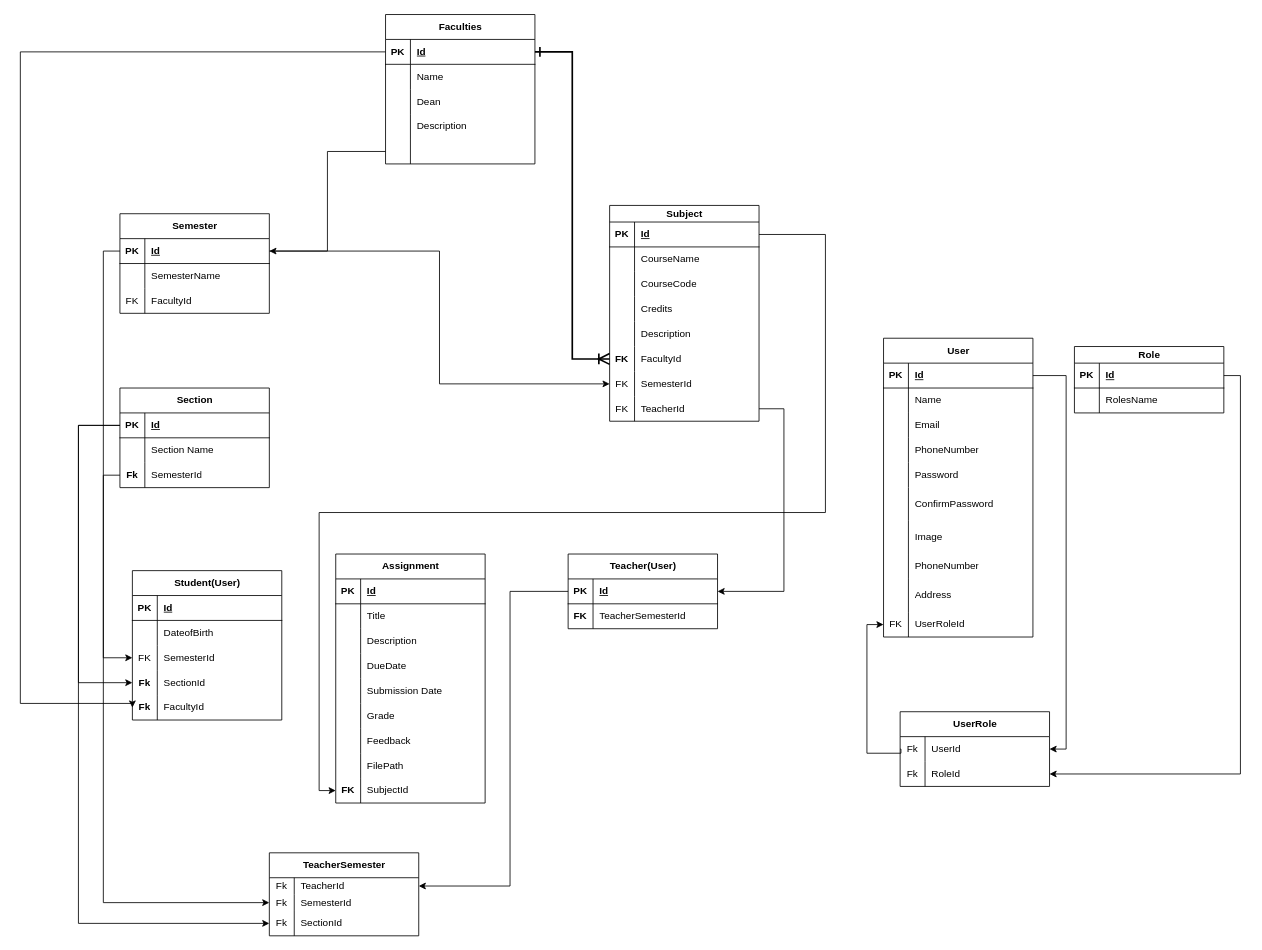
Before: Untitled Diagram.drawio in Prakriti4/DotNetMVC, a draw.io diagram. Source tidied: cells renumbered, new cells numbered last; positions are measured from the earlier drawing's top-left corner, leaving out a move shared by most shapes. Both pictures are drawn from the tidied source at 83%, with x=0, y=0 at pixel (20, 14).
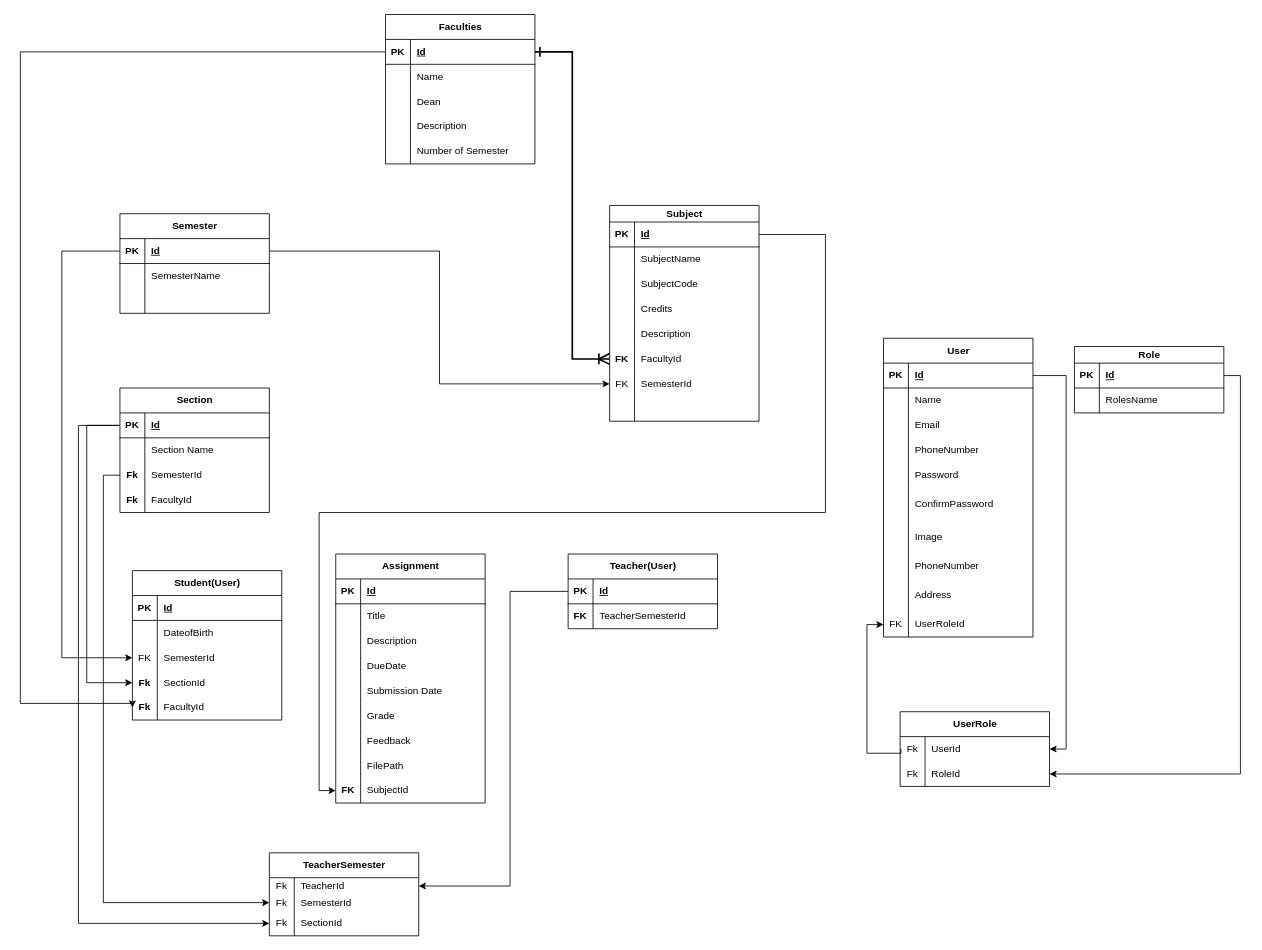
The same page after the edit.

Unchanged cells that the change refers to:
```xml
<mxCell id="31" style="shape=tableRow;horizontal=0;startSize=0;swimlaneHead=0;swimlaneBody=0;fillColor=none;points=[[0,0.5],[1,0.5]];portConstraint=eastwest;top=0;left=0;right=0;bottom=1;" parent="30" vertex="1">
  <mxGeometry y="30" width="180" height="30" as="geometry" />
</mxCell>
<mxCell id="44" style="shape=tableRow;horizontal=0;startSize=0;swimlaneHead=0;swimlaneBody=0;fillColor=none;points=[[0,0.5],[1,0.5]];portConstraint=eastwest;top=0;left=0;right=0;bottom=0;" parent="37" vertex="1">
  <mxGeometry y="90" width="180" height="30" as="geometry" />
</mxCell>
<mxCell id="47" style="shape=tableRow;horizontal=0;startSize=0;swimlaneHead=0;swimlaneBody=0;fillColor=none;points=[[0,0.5],[1,0.5]];portConstraint=eastwest;top=0;left=0;right=0;bottom=0;" parent="37" vertex="1">
  <mxGeometry y="120" width="180" height="30" as="geometry" />
</mxCell>
<mxCell id="66" style="shape=tableRow;horizontal=0;startSize=0;swimlaneHead=0;swimlaneBody=0;fillColor=none;points=[[0,0.5],[1,0.5]];portConstraint=eastwest;top=0;left=0;right=0;bottom=0;" parent="53" vertex="1">
  <mxGeometry y="150" width="180" height="30" as="geometry" />
</mxCell>
<mxCell id="70" style="shape=tableRow;horizontal=0;startSize=0;swimlaneHead=0;swimlaneBody=0;fillColor=none;points=[[0,0.5],[1,0.5]];portConstraint=eastwest;top=0;left=0;right=0;bottom=1;" parent="69" vertex="1">
  <mxGeometry y="30" width="180" height="30" as="geometry" />
</mxCell>
<mxCell id="76" style="shape=tableRow;horizontal=0;startSize=0;swimlaneHead=0;swimlaneBody=0;fillColor=none;top=0;left=0;right=0;bottom=0;" parent="69" vertex="1">
  <mxGeometry y="90" width="180" height="30" as="geometry" />
</mxCell>
<mxCell id="80" style="shape=tableRow;horizontal=0;startSize=0;swimlaneHead=0;swimlaneBody=0;fillColor=none;points=[[0,0.5],[1,0.5]];portConstraint=eastwest;top=0;left=0;right=0;bottom=1;" parent="79" vertex="1">
  <mxGeometry y="30" width="180" height="30" as="geometry" />
</mxCell>
<mxCell id="93" style="shape=tableRow;horizontal=0;startSize=0;swimlaneHead=0;swimlaneBody=0;fillColor=none;top=0;left=0;right=0;bottom=0;" parent="89" vertex="1">
  <mxGeometry y="50" width="180" height="30" as="geometry" />
</mxCell>
<mxCell id="96" style="shape=tableRow;horizontal=0;startSize=0;swimlaneHead=0;swimlaneBody=0;fillColor=none;top=0;left=0;right=0;bottom=0;" parent="89" vertex="1">
  <mxGeometry y="80" width="180" height="30" as="geometry" />
</mxCell>
<mxCell id="111" style="shape=tableRow;horizontal=0;startSize=0;swimlaneHead=0;swimlaneBody=0;fillColor=none;points=[[0,0.5],[1,0.5]];portConstraint=eastwest;top=0;left=0;right=0;bottom=0;" parent="89" vertex="1">
  <mxGeometry y="230" width="180" height="30" as="geometry" />
</mxCell>
```

Diff of the diagram source:
```diff
@@
-    <mxCell id="68" style="shape=partialRectangle;fillColor=none;top=0;left=0;bottom=0;right=0;align=left;spacingLeft=6;overflow=hidden;whiteSpace=wrap;html=1;" parent="66" vertex="1">
+    <mxCell id="68" value="Number of Semester" style="shape=partialRectangle;fillColor=none;top=0;left=0;bottom=0;right=0;align=left;spacingLeft=6;overflow=hidden;whiteSpace=wrap;html=1;" parent="66" vertex="1">
       <mxGeometry x="30" width="150" height="30" as="geometry" />
     </mxCell>
@@
-    <mxCell id="77" value="FK" style="shape=partialRectangle;fillColor=none;top=0;left=0;bottom=0;right=0;overflow=hidden;whiteSpace=wrap;html=1;" parent="76" vertex="1">
+    <mxCell id="77" style="shape=partialRectangle;fillColor=none;top=0;left=0;bottom=0;right=0;overflow=hidden;whiteSpace=wrap;html=1;" parent="76" vertex="1">
       <mxGeometry width="30" height="30" as="geometry" />
     </mxCell>
-    <mxCell id="78" value="FacultyId" style="shape=partialRectangle;fillColor=none;top=0;left=0;bottom=0;right=0;align=left;spacingLeft=6;overflow=hidden;whiteSpace=wrap;html=1;" parent="76" vertex="1">
+    <mxCell id="78" style="shape=partialRectangle;fillColor=none;top=0;left=0;bottom=0;right=0;align=left;spacingLeft=6;overflow=hidden;whiteSpace=wrap;html=1;" parent="76" vertex="1">
       <mxGeometry x="30" width="150" height="30" as="geometry" />
     </mxCell>
     <mxCell id="79" value="Section" style="shape=table;startSize=30;childLayout=tableLayout;rowLines=0;fontStyle=1;align=center;html=1;" parent="1" vertex="1">
-      <mxGeometry x="120" y="450" width="180" height="120" as="geometry" />
+      <mxGeometry x="120" y="450" width="180" height="150" as="geometry" />
     </mxCell>
@@
+    <mxCell id="183" style="shape=tableRow;horizontal=0;startSize=0;swimlaneHead=0;swimlaneBody=0;fillColor=none;top=0;left=0;right=0;bottom=0;" parent="79" vertex="1">
+      <mxGeometry y="120" width="180" height="30" as="geometry" />
+    </mxCell>
+    <mxCell id="184" value="&lt;b&gt;Fk&lt;/b&gt;" style="shape=partialRectangle;fillColor=none;top=0;left=0;bottom=0;right=0;overflow=hidden;whiteSpace=wrap;html=1;" parent="183" vertex="1">
+      <mxGeometry width="30" height="30" as="geometry" />
+    </mxCell>
+    <mxCell id="185" value="FacultyId" style="shape=partialRectangle;fillColor=none;top=0;left=0;bottom=0;right=0;align=left;spacingLeft=6;overflow=hidden;whiteSpace=wrap;html=1;" parent="183" vertex="1">
+      <mxGeometry x="30" width="150" height="30" as="geometry" />
+    </mxCell>
@@
-    <mxCell id="95" value="CourseName" style="shape=partialRectangle;fillColor=none;top=0;left=0;bottom=0;right=0;align=left;spacingLeft=6;overflow=hidden;whiteSpace=wrap;html=1;" parent="93" vertex="1">
+    <mxCell id="95" value="SubjectName" style="shape=partialRectangle;fillColor=none;top=0;left=0;bottom=0;right=0;align=left;spacingLeft=6;overflow=hidden;whiteSpace=wrap;html=1;" parent="93" vertex="1">
       <mxGeometry x="30" width="150" height="30" as="geometry" />
     </mxCell>
@@
-    <mxCell id="98" value="CourseCode" style="shape=partialRectangle;fillColor=none;top=0;left=0;bottom=0;right=0;align=left;spacingLeft=6;overflow=hidden;whiteSpace=wrap;html=1;" parent="96" vertex="1">
+    <mxCell id="98" value="SubjectCode" style="shape=partialRectangle;fillColor=none;top=0;left=0;bottom=0;right=0;align=left;spacingLeft=6;overflow=hidden;whiteSpace=wrap;html=1;" parent="96" vertex="1">
       <mxGeometry x="30" width="150" height="30" as="geometry" />
     </mxCell>
@@
-    <mxCell id="112" value="FK" style="shape=partialRectangle;fillColor=none;top=0;left=0;bottom=0;right=0;overflow=hidden;whiteSpace=wrap;html=1;" parent="111" vertex="1">
+    <mxCell id="112" style="shape=partialRectangle;fillColor=none;top=0;left=0;bottom=0;right=0;overflow=hidden;whiteSpace=wrap;html=1;" parent="111" vertex="1">
       <mxGeometry width="30" height="30" as="geometry" />
     </mxCell>
-    <mxCell id="113" value="TeacherId" style="shape=partialRectangle;fillColor=none;top=0;left=0;bottom=0;right=0;align=left;spacingLeft=6;overflow=hidden;whiteSpace=wrap;html=1;" parent="111" vertex="1">
+    <mxCell id="113" style="shape=partialRectangle;fillColor=none;top=0;left=0;bottom=0;right=0;align=left;spacingLeft=6;overflow=hidden;whiteSpace=wrap;html=1;" parent="111" vertex="1">
       <mxGeometry x="30" width="150" height="30" as="geometry" />
     </mxCell>
@@
     <mxCell id="175" style="edgeStyle=orthogonalEdgeStyle;rounded=0;jettySize=auto;html=1;exitX=0;exitY=0.5;exitDx=0;exitDy=0;entryX=0;entryY=0.5;entryDx=0;entryDy=0;" parent="1" edge="1" source="70" target="44">
-      <mxGeometry relative="1" as="geometry" />
+      <mxGeometry relative="1" as="geometry">
+        <Array as="points">
+          <mxPoint x="50" y="285" />
+          <mxPoint x="50" y="775" />
+        </Array>
+      </mxGeometry>
     </mxCell>
@@
     <mxCell id="177" style="edgeStyle=orthogonalEdgeStyle;rounded=0;jettySize=auto;html=1;exitX=0;exitY=0.5;exitDx=0;exitDy=0;entryX=0;entryY=0.5;entryDx=0;entryDy=0;" parent="1" edge="1" source="80" target="47">
       <mxGeometry relative="1" as="geometry">
         <Array as="points">
-          <mxPoint x="70" y="495" />
-          <mxPoint x="70" y="805" />
+          <mxPoint x="80" y="495" />
+          <mxPoint x="80" y="805" />
         </Array>
       </mxGeometry>
     </mxCell>
@@
-    <mxCell id="180" style="edgeStyle=orthogonalEdgeStyle;rounded=0;jettySize=auto;html=1;exitX=1;exitY=0.5;exitDx=0;exitDy=0;entryX=1;entryY=0.5;entryDx=0;entryDy=0;" parent="1" edge="1" source="111" target="31">
-      <mxGeometry relative="1" as="geometry">
-        <Array as="points">
-          <mxPoint x="920" y="475" />
-          <mxPoint x="920" y="695" />
-        </Array>
-      </mxGeometry>
-    </mxCell>
-    <mxCell id="181" style="edgeStyle=orthogonalEdgeStyle;rounded=0;jettySize=auto;html=1;exitX=0;exitY=0.5;exitDx=0;exitDy=0;" parent="1" edge="1" source="66" target="70">
-      <mxGeometry relative="1" as="geometry" />
-    </mxCell>
```
